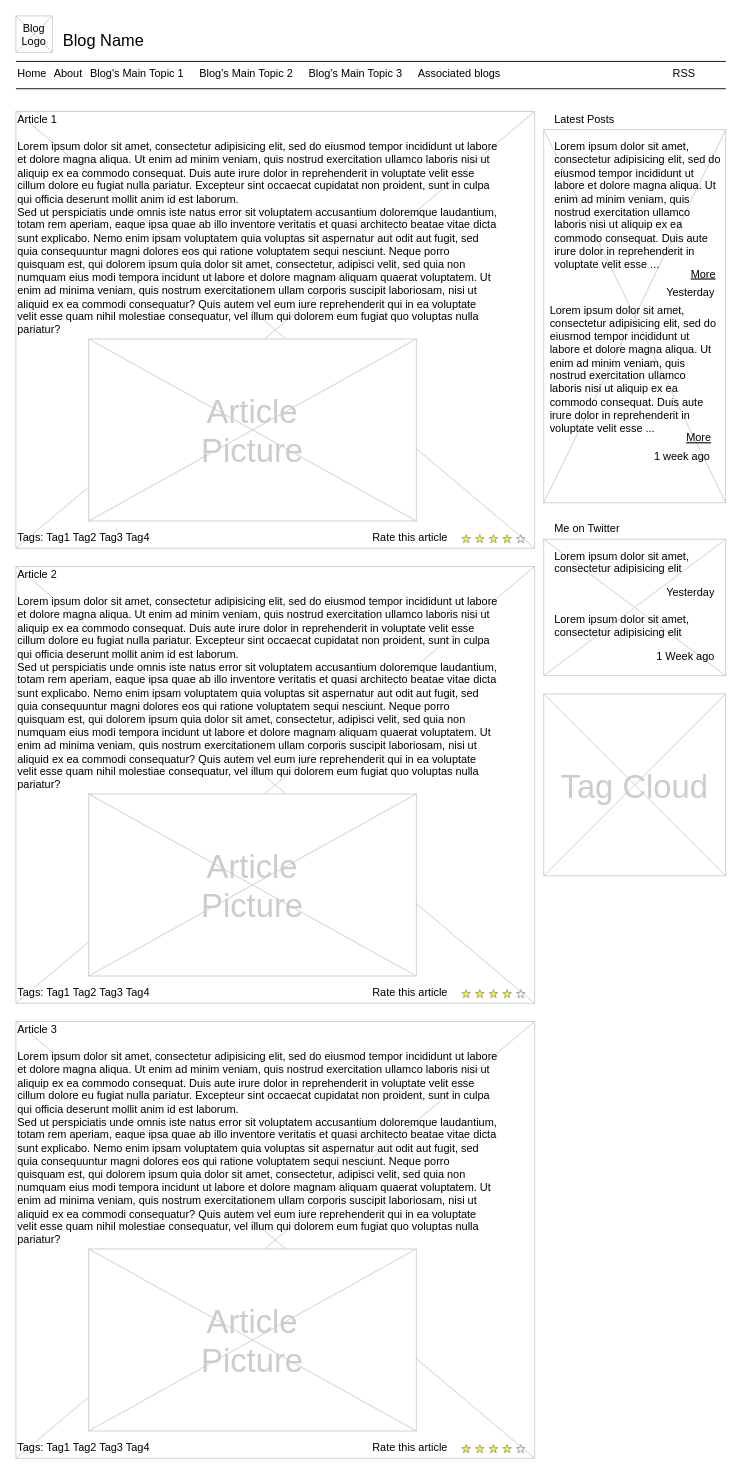
Above: exchange/Untitled Diagram.drawio in Minh12349/office-docs-powershell (draw.io), before the change. Source tidied: cells renumbered, new cells numbered last; positions are measured from the earlier drawing's top-left corner, leaving out a move shared by most shapes. Both pictures are drawn from the tidied source at 91%, with x=0, y=0 at pixel (15, 15).
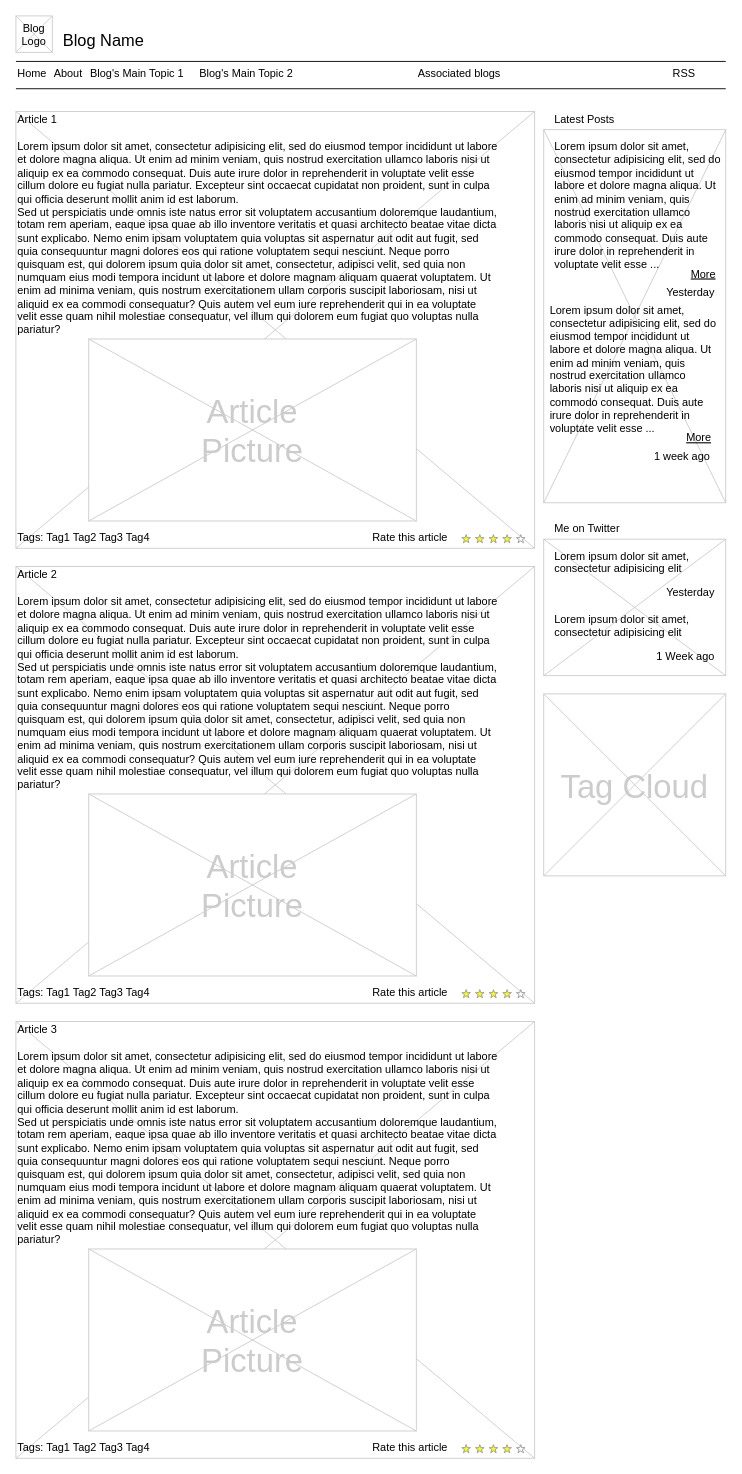
After the change.

Change to the diagram source:
```diff
@@
-    <mxCell id="24" value="Blog's Main Topic 3" style="text;spacingTop=-5;" parent="1" vertex="1">
-      <mxGeometry x="320" y="55" width="30" height="20" as="geometry" />
-    </mxCell>
```
